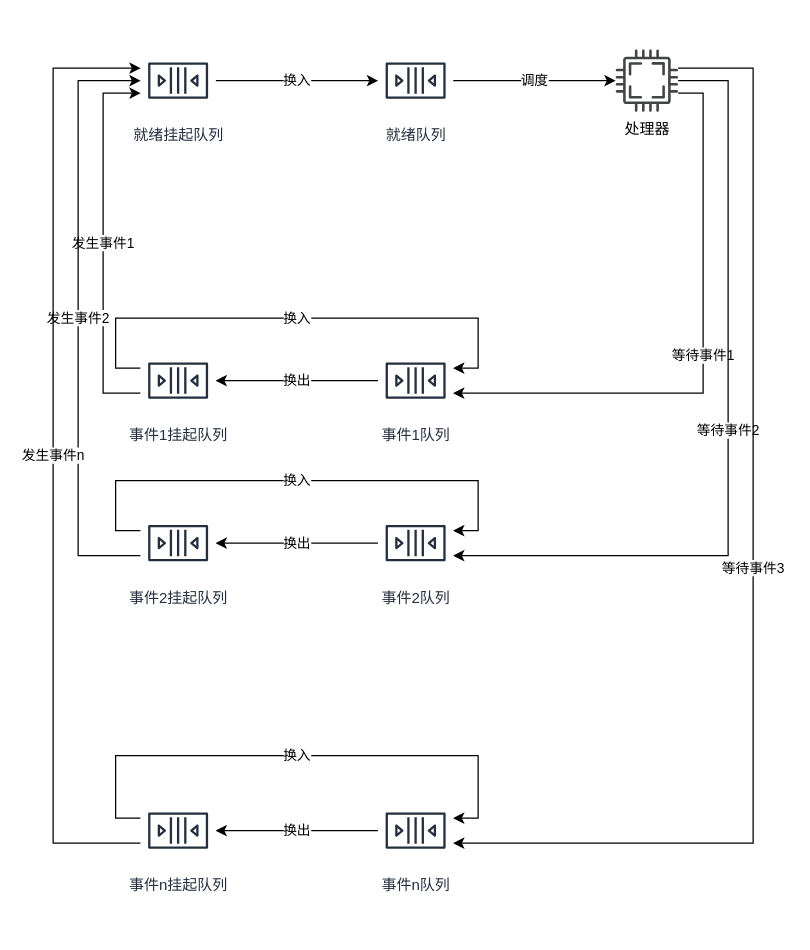
jrsmith12138/diagrams keeps this draw.io diagram as seven-state-queue.drawio. Above is the earlier version. Source tidied: cells renumbered, new cells numbered last; positions are measured from the earlier drawing's top-left corner, leaving out a move shared by most shapes. Both pictures are drawn from the tidied source at 125%, with x=0, y=0 at pixel (52, 42). Pictures stored in the file or linked from it are replaced by grey dashed boxes.
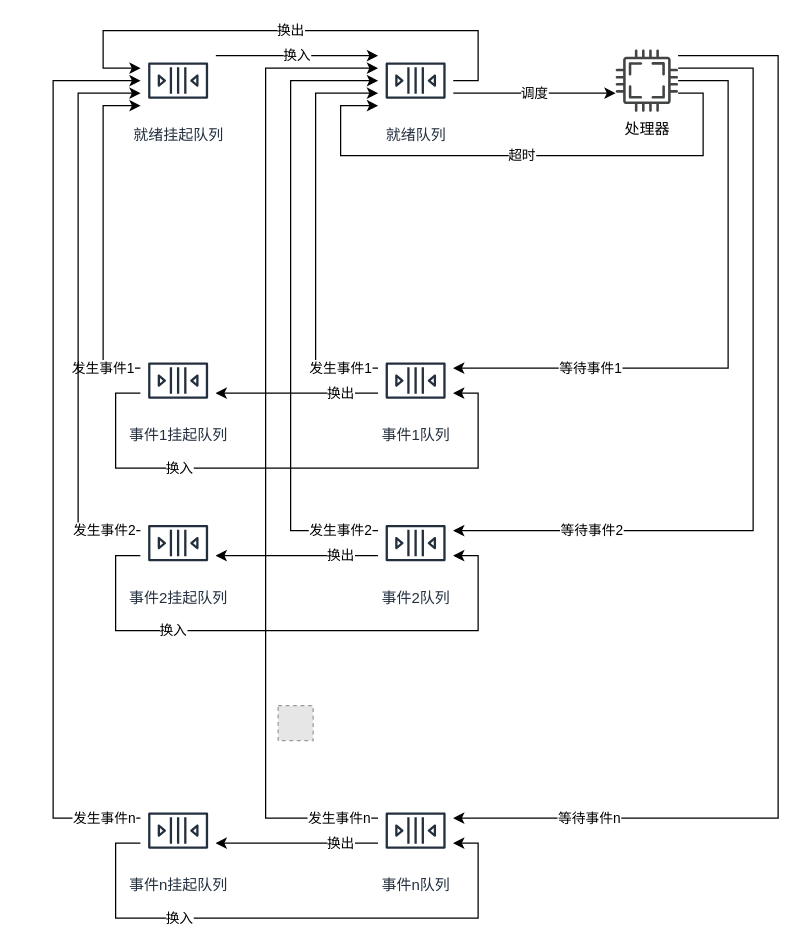
The same page after the edit.

Unchanged cells that the change refers to:
```xml
<mxCell id="3" value="就绪挂起队列" style="outlineConnect=0;fontColor=#232F3E;gradientColor=none;strokeColor=#232F3E;fillColor=#ffffff;dashed=0;verticalLabelPosition=bottom;verticalAlign=top;align=center;html=1;fontSize=12;fontStyle=0;shape=mxgraph.aws4.resourceIcon;resIcon=mxgraph.aws4.queue;" parent="1" vertex="1">
  <mxGeometry x="70" width="60" height="60" as="geometry" />
</mxCell>
<mxCell id="5" value="事件1队列" style="outlineConnect=0;fontColor=#232F3E;gradientColor=none;strokeColor=#232F3E;fillColor=#ffffff;dashed=0;verticalLabelPosition=bottom;verticalAlign=top;align=center;html=1;fontSize=12;fontStyle=0;shape=mxgraph.aws4.resourceIcon;resIcon=mxgraph.aws4.queue;" parent="1" vertex="1">
  <mxGeometry x="260" y="240" width="60" height="60" as="geometry" />
</mxCell>
<mxCell id="7" value="就绪队列" style="outlineConnect=0;fontColor=#232F3E;gradientColor=none;strokeColor=#232F3E;fillColor=#ffffff;dashed=0;verticalLabelPosition=bottom;verticalAlign=top;align=center;html=1;fontSize=12;fontStyle=0;shape=mxgraph.aws4.resourceIcon;resIcon=mxgraph.aws4.queue;" parent="1" vertex="1">
  <mxGeometry x="260" width="60" height="60" as="geometry" />
</mxCell>
<mxCell id="10" value="事件1挂起队列" style="outlineConnect=0;fontColor=#232F3E;gradientColor=none;strokeColor=#232F3E;fillColor=#ffffff;dashed=0;verticalLabelPosition=bottom;verticalAlign=top;align=center;html=1;fontSize=12;fontStyle=0;shape=mxgraph.aws4.resourceIcon;resIcon=mxgraph.aws4.queue;" parent="1" vertex="1">
  <mxGeometry x="70" y="240" width="60" height="60" as="geometry" />
</mxCell>
<mxCell id="14" value="处理器" style="shadow=0;dashed=0;html=1;strokeColor=none;fillColor=#434445;labelPosition=center;verticalLabelPosition=bottom;verticalAlign=top;align=center;outlineConnect=0;shape=mxgraph.vvd.cpu;" parent="1" vertex="1">
  <mxGeometry x="450" y="5" width="50" height="50" as="geometry" />
</mxCell>
<mxCell id="16" value="事件2队列" style="outlineConnect=0;fontColor=#232F3E;gradientColor=none;strokeColor=#232F3E;fillColor=#ffffff;dashed=0;verticalLabelPosition=bottom;verticalAlign=top;align=center;html=1;fontSize=12;fontStyle=0;shape=mxgraph.aws4.resourceIcon;resIcon=mxgraph.aws4.queue;" parent="1" vertex="1">
  <mxGeometry x="260" y="370" width="60" height="60" as="geometry" />
</mxCell>
<mxCell id="18" value="事件n队列" style="outlineConnect=0;fontColor=#232F3E;gradientColor=none;strokeColor=#232F3E;fillColor=#ffffff;dashed=0;verticalLabelPosition=bottom;verticalAlign=top;align=center;html=1;fontSize=12;fontStyle=0;shape=mxgraph.aws4.resourceIcon;resIcon=mxgraph.aws4.queue;" parent="1" vertex="1">
  <mxGeometry x="260" y="600" width="60" height="60" as="geometry" />
</mxCell>
<mxCell id="21" value="事件2挂起队列" style="outlineConnect=0;fontColor=#232F3E;gradientColor=none;strokeColor=#232F3E;fillColor=#ffffff;dashed=0;verticalLabelPosition=bottom;verticalAlign=top;align=center;html=1;fontSize=12;fontStyle=0;shape=mxgraph.aws4.resourceIcon;resIcon=mxgraph.aws4.queue;" parent="1" vertex="1">
  <mxGeometry x="70" y="370" width="60" height="60" as="geometry" />
</mxCell>
<mxCell id="24" value="事件n挂起队列" style="outlineConnect=0;fontColor=#232F3E;gradientColor=none;strokeColor=#232F3E;fillColor=#ffffff;dashed=0;verticalLabelPosition=bottom;verticalAlign=top;align=center;html=1;fontSize=12;fontStyle=0;shape=mxgraph.aws4.resourceIcon;resIcon=mxgraph.aws4.queue;" parent="1" vertex="1">
  <mxGeometry x="70" y="600" width="60" height="60" as="geometry" />
</mxCell>
```

Change to the diagram source:
```diff
@@
     <mxCell id="2" value="换入" style="edgeStyle=orthogonalEdgeStyle;rounded=0;jettySize=auto;html=1;" parent="1" edge="1" source="3" target="7">
-      <mxGeometry relative="1" as="geometry" />
+      <mxGeometry relative="1" as="geometry">
+        <Array as="points">
+          <mxPoint x="190" y="10" />
+          <mxPoint x="190" y="10" />
+        </Array>
+      </mxGeometry>
     </mxCell>
@@
     <mxCell id="4" value="换出" style="edgeStyle=orthogonalEdgeStyle;rounded=0;jettySize=auto;html=1;" parent="1" edge="1" source="5" target="10">
-      <mxGeometry relative="1" as="geometry" />
+      <mxGeometry x="-0.23" y="-20" relative="1" as="geometry">
+        <Array as="points">
+          <mxPoint x="210" y="280" />
+          <mxPoint x="210" y="280" />
+        </Array>
+        <mxPoint x="20" y="20" as="offset" />
+      </mxGeometry>
     </mxCell>
+    <mxCell id="25" value="发生事件1" style="edgeStyle=orthogonalEdgeStyle;rounded=0;jettySize=auto;html=1;" parent="1" edge="1" source="5" target="7">
+      <mxGeometry x="-0.81" relative="1" as="geometry">
+        <Array as="points">
+          <mxPoint x="210" y="260" />
+          <mxPoint x="210" y="40" />
+        </Array>
+      </mxGeometry>
+    </mxCell>
@@
     <mxCell id="6" value="调度" style="edgeStyle=orthogonalEdgeStyle;rounded=0;jettySize=auto;html=1;" parent="1" edge="1" source="7" target="14">
-      <mxGeometry relative="1" as="geometry" />
+      <mxGeometry relative="1" as="geometry">
+        <Array as="points">
+          <mxPoint x="390" y="40" />
+          <mxPoint x="390" y="40" />
+        </Array>
+      </mxGeometry>
     </mxCell>
+    <mxCell id="26" value="换出" style="edgeStyle=orthogonalEdgeStyle;rounded=0;jettySize=auto;html=1;" parent="1" edge="1" source="7" target="3">
+      <mxGeometry relative="1" as="geometry">
+        <Array as="points">
+          <mxPoint x="340" y="30" />
+          <mxPoint x="340" y="-10" />
+          <mxPoint x="40" y="-10" />
+          <mxPoint x="40" y="20" />
+        </Array>
+      </mxGeometry>
+    </mxCell>
@@
     <mxCell id="8" value="发生事件1" style="edgeStyle=orthogonalEdgeStyle;rounded=0;jettySize=auto;html=1;" parent="1" edge="1" source="10" target="3">
-      <mxGeometry relative="1" as="geometry">
+      <mxGeometry x="-0.78" relative="1" as="geometry">
         <Array as="points">
-          <mxPoint x="40" y="280" />
-          <mxPoint x="40" y="40" />
+          <mxPoint x="40" y="260" />
+          <mxPoint x="40" y="50" />
         </Array>
       </mxGeometry>
     </mxCell>
     <mxCell id="9" value="换入" style="edgeStyle=orthogonalEdgeStyle;rounded=0;jettySize=auto;html=1;" parent="1" edge="1" source="10" target="5">
-      <mxGeometry relative="1" as="geometry">
+      <mxGeometry x="-0.42" relative="1" as="geometry">
         <Array as="points">
-          <mxPoint x="50" y="260" />
-          <mxPoint x="50" y="220" />
-          <mxPoint x="340" y="220" />
-          <mxPoint x="340" y="260" />
+          <mxPoint x="50" y="280" />
+          <mxPoint x="50" y="340" />
+          <mxPoint x="340" y="340" />
+          <mxPoint x="340" y="280" />
         </Array>
       </mxGeometry>
     </mxCell>
@@
     <mxCell id="11" value="等待事件1" style="edgeStyle=orthogonalEdgeStyle;rounded=0;jettySize=auto;html=1;" parent="1" edge="1" source="14" target="5">
-      <mxGeometry relative="1" as="geometry">
+      <mxGeometry x="0.55" relative="1" as="geometry">
         <Array as="points">
-          <mxPoint x="520" y="40" />
-          <mxPoint x="520" y="280" />
+          <mxPoint x="540" y="30" />
+          <mxPoint x="540" y="260" />
         </Array>
       </mxGeometry>
     </mxCell>
     <mxCell id="12" value="等待事件2" style="edgeStyle=orthogonalEdgeStyle;rounded=0;jettySize=auto;html=1;" parent="1" edge="1" source="14" target="16">
-      <mxGeometry relative="1" as="geometry">
+      <mxGeometry x="0.67" relative="1" as="geometry">
         <Array as="points">
-          <mxPoint x="540" y="30" />
-          <mxPoint x="540" y="410" />
+          <mxPoint x="560" y="20" />
+          <mxPoint x="560" y="390" />
         </Array>
       </mxGeometry>
     </mxCell>
-    <mxCell id="13" value="等待事件3" style="edgeStyle=orthogonalEdgeStyle;rounded=0;jettySize=auto;html=1;" parent="1" edge="1" source="14" target="18">
-      <mxGeometry relative="1" as="geometry">
+    <mxCell id="13" value="等待事件n&lt;br&gt;" style="edgeStyle=orthogonalEdgeStyle;rounded=0;jettySize=auto;html=1;" parent="1" edge="1" source="14" target="18">
+      <mxGeometry x="0.77" relative="1" as="geometry">
         <Array as="points">
-          <mxPoint x="560" y="20" />
-          <mxPoint x="560" y="640" />
+          <mxPoint x="580" y="10" />
+          <mxPoint x="580" y="620" />
         </Array>
       </mxGeometry>
     </mxCell>
+    <mxCell id="27" value="超时" style="edgeStyle=orthogonalEdgeStyle;rounded=0;jettySize=auto;html=1;" parent="1" edge="1" source="14" target="7">
+      <mxGeometry relative="1" as="geometry">
+        <Array as="points">
+          <mxPoint x="520" y="40" />
+          <mxPoint x="520" y="90" />
+          <mxPoint x="230" y="90" />
+          <mxPoint x="230" y="50" />
+        </Array>
+      </mxGeometry>
+    </mxCell>
@@
     <mxCell id="15" value="换出" style="edgeStyle=orthogonalEdgeStyle;rounded=0;jettySize=auto;html=1;" parent="1" edge="1" source="16" target="21">
-      <mxGeometry relative="1" as="geometry" />
+      <mxGeometry x="0.08" y="-40" relative="1" as="geometry">
+        <Array as="points">
+          <mxPoint x="190" y="410" />
+          <mxPoint x="190" y="410" />
+        </Array>
+        <mxPoint x="40" y="40" as="offset" />
+      </mxGeometry>
     </mxCell>
+    <mxCell id="28" value="发生事件2" style="edgeStyle=orthogonalEdgeStyle;rounded=0;jettySize=auto;html=1;" parent="1" edge="1" source="16" target="7">
+      <mxGeometry x="-0.88" relative="1" as="geometry">
+        <Array as="points">
+          <mxPoint x="190" y="390" />
+          <mxPoint x="190" y="30" />
+        </Array>
+      </mxGeometry>
+    </mxCell>
@@
     <mxCell id="17" value="换出" style="edgeStyle=orthogonalEdgeStyle;rounded=0;jettySize=auto;html=1;" parent="1" edge="1" source="18" target="24">
-      <mxGeometry relative="1" as="geometry" />
+      <mxGeometry x="-0.08" y="-30" relative="1" as="geometry">
+        <Array as="points">
+          <mxPoint x="200" y="640" />
+          <mxPoint x="200" y="640" />
+        </Array>
+        <mxPoint x="30" y="30" as="offset" />
+      </mxGeometry>
     </mxCell>
+    <mxCell id="29" value="发生事件n" style="edgeStyle=orthogonalEdgeStyle;rounded=0;jettySize=auto;html=1;" parent="1" edge="1" source="18" target="7">
+      <mxGeometry x="-0.92" relative="1" as="geometry">
+        <Array as="points">
+          <mxPoint x="170" y="620" />
+          <mxPoint x="170" y="20" />
+        </Array>
+      </mxGeometry>
+    </mxCell>
@@
     <mxCell id="19" value="发生事件2" style="edgeStyle=orthogonalEdgeStyle;rounded=0;jettySize=auto;html=1;" parent="1" edge="1" source="21" target="3">
-      <mxGeometry relative="1" as="geometry">
+      <mxGeometry x="-0.87" relative="1" as="geometry">
         <Array as="points">
-          <mxPoint x="20" y="410" />
-          <mxPoint x="20" y="30" />
+          <mxPoint x="20" y="390" />
+          <mxPoint x="20" y="40" />
         </Array>
       </mxGeometry>
     </mxCell>
     <mxCell id="20" value="换入" style="edgeStyle=orthogonalEdgeStyle;rounded=0;jettySize=auto;html=1;" parent="1" edge="1" source="21" target="16">
-      <mxGeometry relative="1" as="geometry">
+      <mxGeometry x="-0.44" relative="1" as="geometry">
         <Array as="points">
-          <mxPoint x="50" y="390" />
-          <mxPoint x="50" y="350" />
-          <mxPoint x="340" y="350" />
-          <mxPoint x="340" y="390" />
+          <mxPoint x="50" y="410" />
+          <mxPoint x="50" y="470" />
+          <mxPoint x="340" y="470" />
+          <mxPoint x="340" y="410" />
         </Array>
       </mxGeometry>
     </mxCell>
@@
     <mxCell id="22" value="发生事件n" style="edgeStyle=orthogonalEdgeStyle;rounded=0;jettySize=auto;html=1;" parent="1" edge="1" source="24" target="3">
-      <mxGeometry relative="1" as="geometry">
+      <mxGeometry x="-0.92" relative="1" as="geometry">
         <Array as="points">
-          <mxPoint y="640" />
-          <mxPoint y="20" />
+          <mxPoint y="620" />
+          <mxPoint y="30" />
         </Array>
       </mxGeometry>
     </mxCell>
     <mxCell id="23" value="换入" style="edgeStyle=orthogonalEdgeStyle;rounded=0;jettySize=auto;html=1;" parent="1" edge="1" source="24" target="18">
-      <mxGeometry relative="1" as="geometry">
+      <mxGeometry x="-0.42" relative="1" as="geometry">
         <Array as="points">
-          <mxPoint x="50" y="620" />
-          <mxPoint x="50" y="570" />
-          <mxPoint x="340" y="570" />
-          <mxPoint x="340" y="620" />
+          <mxPoint x="50" y="640" />
+          <mxPoint x="50" y="700" />
+          <mxPoint x="340" y="700" />
+          <mxPoint x="340" y="640" />
         </Array>
       </mxGeometry>
     </mxCell>
@@
+    <mxCell id="30" style="fillColor=#E6E6E6;strokeColor=#999999;dashed=1;html=1;verticalAlign=top;verticalLabelPosition=bottom;labelBackgroundColor=#ffffff;" parent="1" vertex="1">
+      <mxGeometry x="180" y="530" width="28" height="28" as="geometry" />
+    </mxCell>
```
